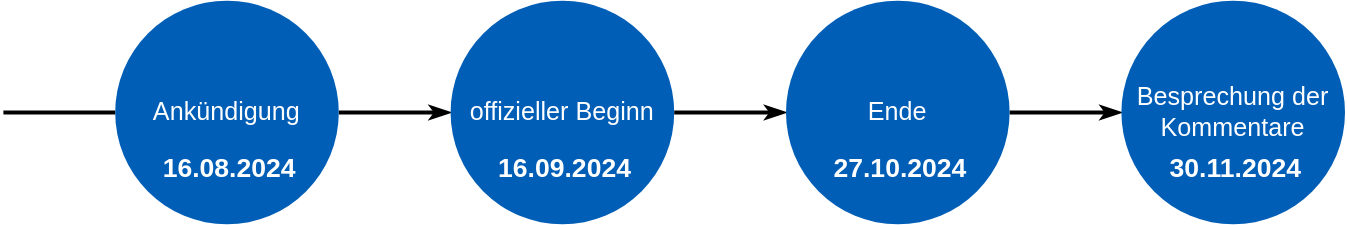
robert-koch-institut/DEMIS_FHIR-Profile_Vorabveroeffentlichung keeps this draw.io diagram as images/timelineDemis.drawio.svg. Above is the earlier version. Source tidied: cells renumbered, new cells last; positions are measured from the earlier drawing's top-left corner, leaving out a move shared by most shapes. Its diagram source:
```xml
<mxGraphModel>
  <root>
    <mxCell id="0" />
    <mxCell id="1" parent="0" />
    <mxCell id="2" style="endArrow=none;html=1;rounded=0;fontSize=23;fontColor=#FFFFFF;entryX=0;entryY=0.5;entryDx=0;entryDy=0;strokeWidth=3;" parent="1" edge="1" target="7">
      <mxGeometry relative="1" as="geometry">
        <mxPoint y="80" as="sourcePoint" />
      </mxGeometry>
    </mxCell>
    <mxCell id="3" style="endArrow=none;html=1;rounded=0;fontSize=23;fontColor=#FFFFFF;entryX=0;entryY=0.5;entryDx=0;entryDy=0;strokeWidth=3;strokeColor=none;" parent="1" edge="1">
      <mxGeometry relative="1" as="geometry">
        <mxPoint x="240" y="79.4" as="sourcePoint" />
        <mxPoint x="320" y="79.4" as="targetPoint" />
      </mxGeometry>
    </mxCell>
    <mxCell id="4" style="endArrow=classicThin;html=1;rounded=0;strokeWidth=3;fontSize=23;fontColor=#FFFFFF;exitX=1;exitY=0.5;exitDx=0;exitDy=0;endFill=1;" parent="1" edge="1" source="7">
      <mxGeometry relative="1" as="geometry">
        <mxPoint x="320" y="80" as="targetPoint" />
      </mxGeometry>
    </mxCell>
    <mxCell id="5" style="endArrow=classicThin;html=1;rounded=0;strokeWidth=3;fontSize=23;fontColor=#FFFFFF;exitX=1;exitY=0.5;exitDx=0;exitDy=0;endFill=1;" parent="1" edge="1">
      <mxGeometry relative="1" as="geometry">
        <mxPoint x="480" y="80" as="sourcePoint" />
        <mxPoint x="560" y="80" as="targetPoint" />
      </mxGeometry>
    </mxCell>
    <mxCell id="6" style="endArrow=classicThin;html=1;rounded=0;strokeWidth=3;fontSize=23;fontColor=#FFFFFF;exitX=1;exitY=0.5;exitDx=0;exitDy=0;endFill=1;" parent="1" edge="1">
      <mxGeometry relative="1" as="geometry">
        <mxPoint x="720" y="80" as="sourcePoint" />
        <mxPoint x="800" y="80" as="targetPoint" />
      </mxGeometry>
    </mxCell>
    <mxCell id="7" value="Ankündigung" style="ellipse;whiteSpace=wrap;html=1;fillColor=#005eb7;fontColor=#FFFFFF;fontFamily=Helvetica;fontSize=18;labelPosition=center;verticalLabelPosition=middle;align=center;verticalAlign=middle;spacingTop=-1;strokeColor=none;" parent="1" vertex="1">
      <mxGeometry x="80" width="160" height="160" as="geometry" />
    </mxCell>
    <mxCell id="8" value="16.08.2024" style="text;html=1;strokeColor=none;fillColor=none;align=center;verticalAlign=middle;whiteSpace=wrap;rounded=0;fontSize=19;fontColor=#FFFFFF;fontStyle=1;" parent="1" vertex="1">
      <mxGeometry x="112" y="106" width="100" height="30" as="geometry" />
    </mxCell>
    <mxCell id="9" value="offizieller Beginn" style="ellipse;whiteSpace=wrap;html=1;fillColor=#005eb7;fontColor=#FFFFFF;fontFamily=Helvetica;fontSize=18;labelPosition=center;verticalLabelPosition=middle;align=center;verticalAlign=middle;spacingTop=-1;strokeColor=none;" parent="1" vertex="1">
      <mxGeometry x="320" width="160" height="160" as="geometry" />
    </mxCell>
    <mxCell id="10" value="16.09.2024" style="text;html=1;strokeColor=none;fillColor=none;align=center;verticalAlign=middle;whiteSpace=wrap;rounded=0;fontSize=19;fontColor=#FFFFFF;fontStyle=1;" parent="1" vertex="1">
      <mxGeometry x="352" y="106" width="100" height="30" as="geometry" />
    </mxCell>
    <mxCell id="11" value="Ende" style="ellipse;whiteSpace=wrap;html=1;fillColor=#005eb7;fontColor=#FFFFFF;fontFamily=Helvetica;fontSize=18;labelPosition=center;verticalLabelPosition=middle;align=center;verticalAlign=middle;spacingTop=-1;strokeColor=none;" parent="1" vertex="1">
      <mxGeometry x="560" width="160" height="160" as="geometry" />
    </mxCell>
    <mxCell id="12" value="27.10.2024" style="text;html=1;strokeColor=none;fillColor=none;align=center;verticalAlign=middle;whiteSpace=wrap;rounded=0;fontSize=19;fontColor=#FFFFFF;fontStyle=1;" parent="1" vertex="1">
      <mxGeometry x="592" y="106" width="100" height="30" as="geometry" />
    </mxCell>
    <mxCell id="13" value="Besprechung der Kommentare" style="ellipse;whiteSpace=wrap;html=1;fillColor=#005eb7;fontColor=#FFFFFF;fontFamily=Helvetica;fontSize=18;labelPosition=center;verticalLabelPosition=middle;align=center;verticalAlign=middle;spacingTop=-1;strokeColor=none;" parent="1" vertex="1">
      <mxGeometry x="800" width="160" height="160" as="geometry" />
    </mxCell>
    <mxCell id="14" value="30.11.2024" style="text;html=1;strokeColor=none;fillColor=none;align=center;verticalAlign=middle;whiteSpace=wrap;rounded=0;fontSize=19;fontColor=#FFFFFF;fontStyle=1;" parent="1" vertex="1">
      <mxGeometry x="832" y="106" width="100" height="30" as="geometry" />
    </mxCell>
  </root>
</mxGraphModel>
```
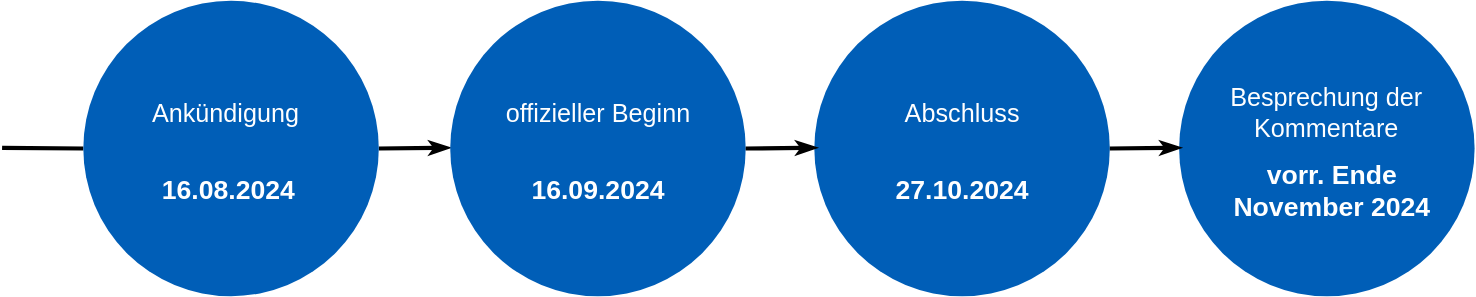
After the change.

The edit, as a diff of the source:
```diff
@@ -18,41 +18,53 @@
         <mxPoint x="320" y="80" as="targetPoint" />
       </mxGeometry>
     </mxCell>
-    <mxCell id="5" style="endArrow=classicThin;html=1;rounded=0;strokeWidth=3;fontSize=23;fontColor=#FFFFFF;exitX=1;exitY=0.5;exitDx=0;exitDy=0;endFill=1;" parent="1" edge="1">
-      <mxGeometry relative="1" as="geometry">
-        <mxPoint x="480" y="80" as="sourcePoint" />
-        <mxPoint x="560" y="80" as="targetPoint" />
-      </mxGeometry>
-    </mxCell>
-    <mxCell id="6" style="endArrow=classicThin;html=1;rounded=0;strokeWidth=3;fontSize=23;fontColor=#FFFFFF;exitX=1;exitY=0.5;exitDx=0;exitDy=0;endFill=1;" parent="1" edge="1">
-      <mxGeometry relative="1" as="geometry">
-        <mxPoint x="720" y="80" as="sourcePoint" />
-        <mxPoint x="800" y="80" as="targetPoint" />
-      </mxGeometry>
-    </mxCell>
-    <mxCell id="7" value="Ankündigung" style="ellipse;whiteSpace=wrap;html=1;fillColor=#005eb7;fontColor=#FFFFFF;fontFamily=Helvetica;fontSize=18;labelPosition=center;verticalLabelPosition=middle;align=center;verticalAlign=middle;spacingTop=-1;strokeColor=none;" parent="1" vertex="1">
-      <mxGeometry x="80" width="160" height="160" as="geometry" />
+    <mxCell id="7" style="ellipse;whiteSpace=wrap;html=1;fillColor=#005eb7;fontColor=#FFFFFF;fontFamily=Helvetica;fontSize=18;labelPosition=center;verticalLabelPosition=middle;align=center;verticalAlign=middle;spacingTop=-1;strokeColor=none;" parent="1" vertex="1">
+      <mxGeometry x="58" y="-25" width="211" height="211" as="geometry" />
     </mxCell>
     <mxCell id="8" value="16.08.2024" style="text;html=1;strokeColor=none;fillColor=none;align=center;verticalAlign=middle;whiteSpace=wrap;rounded=0;fontSize=19;fontColor=#FFFFFF;fontStyle=1;" parent="1" vertex="1">
-      <mxGeometry x="112" y="106" width="100" height="30" as="geometry" />
+      <mxGeometry x="112" y="96" width="100" height="30" as="geometry" />
     </mxCell>
-    <mxCell id="9" value="offizieller Beginn" style="ellipse;whiteSpace=wrap;html=1;fillColor=#005eb7;fontColor=#FFFFFF;fontFamily=Helvetica;fontSize=18;labelPosition=center;verticalLabelPosition=middle;align=center;verticalAlign=middle;spacingTop=-1;strokeColor=none;" parent="1" vertex="1">
-      <mxGeometry x="320" width="160" height="160" as="geometry" />
+    <mxCell id="9" style="ellipse;whiteSpace=wrap;html=1;fillColor=#005eb7;fontColor=#FFFFFF;fontFamily=Helvetica;fontSize=18;labelPosition=center;verticalLabelPosition=middle;align=center;verticalAlign=middle;spacingTop=-1;strokeColor=none;" parent="1" vertex="1">
+      <mxGeometry x="320" y="-25" width="211" height="211" as="geometry" />
     </mxCell>
     <mxCell id="10" value="16.09.2024" style="text;html=1;strokeColor=none;fillColor=none;align=center;verticalAlign=middle;whiteSpace=wrap;rounded=0;fontSize=19;fontColor=#FFFFFF;fontStyle=1;" parent="1" vertex="1">
-      <mxGeometry x="352" y="106" width="100" height="30" as="geometry" />
+      <mxGeometry x="375.5" y="96" width="100" height="30" as="geometry" />
     </mxCell>
-    <mxCell id="11" value="Ende" style="ellipse;whiteSpace=wrap;html=1;fillColor=#005eb7;fontColor=#FFFFFF;fontFamily=Helvetica;fontSize=18;labelPosition=center;verticalLabelPosition=middle;align=center;verticalAlign=middle;spacingTop=-1;strokeColor=none;" parent="1" vertex="1">
-      <mxGeometry x="560" width="160" height="160" as="geometry" />
+    <mxCell id="11" style="ellipse;whiteSpace=wrap;html=1;fillColor=#005eb7;fontColor=#FFFFFF;fontFamily=Helvetica;fontSize=18;labelPosition=center;verticalLabelPosition=middle;align=center;verticalAlign=middle;spacingTop=-1;strokeColor=none;" parent="1" vertex="1">
+      <mxGeometry x="580" y="-25" width="211" height="211" as="geometry" />
     </mxCell>
     <mxCell id="12" value="27.10.2024" style="text;html=1;strokeColor=none;fillColor=none;align=center;verticalAlign=middle;whiteSpace=wrap;rounded=0;fontSize=19;fontColor=#FFFFFF;fontStyle=1;" parent="1" vertex="1">
-      <mxGeometry x="592" y="106" width="100" height="30" as="geometry" />
+      <mxGeometry x="635.5" y="96" width="100" height="30" as="geometry" />
     </mxCell>
-    <mxCell id="13" value="Besprechung der Kommentare" style="ellipse;whiteSpace=wrap;html=1;fillColor=#005eb7;fontColor=#FFFFFF;fontFamily=Helvetica;fontSize=18;labelPosition=center;verticalLabelPosition=middle;align=center;verticalAlign=middle;spacingTop=-1;strokeColor=none;" parent="1" vertex="1">
-      <mxGeometry x="800" width="160" height="160" as="geometry" />
+    <mxCell id="13" style="ellipse;whiteSpace=wrap;html=1;fillColor=#005eb7;fontColor=#FFFFFF;fontFamily=Helvetica;fontSize=18;labelPosition=center;verticalLabelPosition=middle;align=center;verticalAlign=middle;spacingTop=-1;strokeColor=none;" parent="1" vertex="1">
+      <mxGeometry x="840.5" y="-25" width="211" height="211" as="geometry" />
     </mxCell>
-    <mxCell id="14" value="30.11.2024" style="text;html=1;strokeColor=none;fillColor=none;align=center;verticalAlign=middle;whiteSpace=wrap;rounded=0;fontSize=19;fontColor=#FFFFFF;fontStyle=1;" parent="1" vertex="1">
-      <mxGeometry x="832" y="106" width="100" height="30" as="geometry" />
+    <mxCell id="14" value="vorr. Ende November 2024" style="text;html=1;strokeColor=none;fillColor=none;align=center;verticalAlign=middle;whiteSpace=wrap;rounded=0;fontSize=19;fontColor=#FFFFFF;fontStyle=1;" parent="1" vertex="1">
+      <mxGeometry x="870" y="73.5" width="160" height="75" as="geometry" />
     </mxCell>
+    <mxCell id="15" value="Ankündigung" style="text;html=1;strokeColor=none;fillColor=none;align=center;verticalAlign=middle;whiteSpace=wrap;rounded=0;fontSize=18;fontColor=#FFFFFF;" parent="1" vertex="1">
+      <mxGeometry x="105" y="41" width="110" height="30" as="geometry" />
+    </mxCell>
+    <mxCell id="16" value="offizieller Beginn" style="text;html=1;strokeColor=none;fillColor=none;align=center;verticalAlign=middle;whiteSpace=wrap;rounded=0;fontSize=18;fontColor=#FFFFFF;" parent="1" vertex="1">
+      <mxGeometry x="355.5" y="41" width="140" height="30" as="geometry" />
+    </mxCell>
+    <mxCell id="17" value="Abschluss" style="text;html=1;strokeColor=none;fillColor=none;align=center;verticalAlign=middle;whiteSpace=wrap;rounded=0;fontSize=18;fontColor=#FFFFFF;" parent="1" vertex="1">
+      <mxGeometry x="615.5" y="41" width="140" height="30" as="geometry" />
+    </mxCell>
+    <mxCell id="18" value="Besprechung der Kommentare" style="text;html=1;strokeColor=none;fillColor=none;align=center;verticalAlign=middle;whiteSpace=wrap;rounded=0;fontSize=18;fontColor=#FFFFFF;" parent="1" vertex="1">
+      <mxGeometry x="876" y="41" width="140" height="30" as="geometry" />
+    </mxCell>
+    <mxCell id="19" style="endArrow=classicThin;html=1;rounded=0;strokeWidth=3;fontSize=23;fontColor=#FFFFFF;exitX=1;exitY=0.5;exitDx=0;exitDy=0;endFill=1;" parent="1" edge="1">
+      <mxGeometry relative="1" as="geometry">
+        <mxPoint x="531" y="80.5" as="sourcePoint" />
+        <mxPoint x="582" y="80" as="targetPoint" />
+      </mxGeometry>
+    </mxCell>
+    <mxCell id="20" style="endArrow=classicThin;html=1;rounded=0;strokeWidth=3;fontSize=23;fontColor=#FFFFFF;exitX=1;exitY=0.5;exitDx=0;exitDy=0;endFill=1;" parent="1" edge="1">
+      <mxGeometry relative="1" as="geometry">
+        <mxPoint x="791" y="80.5" as="sourcePoint" />
+        <mxPoint x="842" y="80" as="targetPoint" />
+      </mxGeometry>
+    </mxCell>
   </root>
 </mxGraphModel>
```
